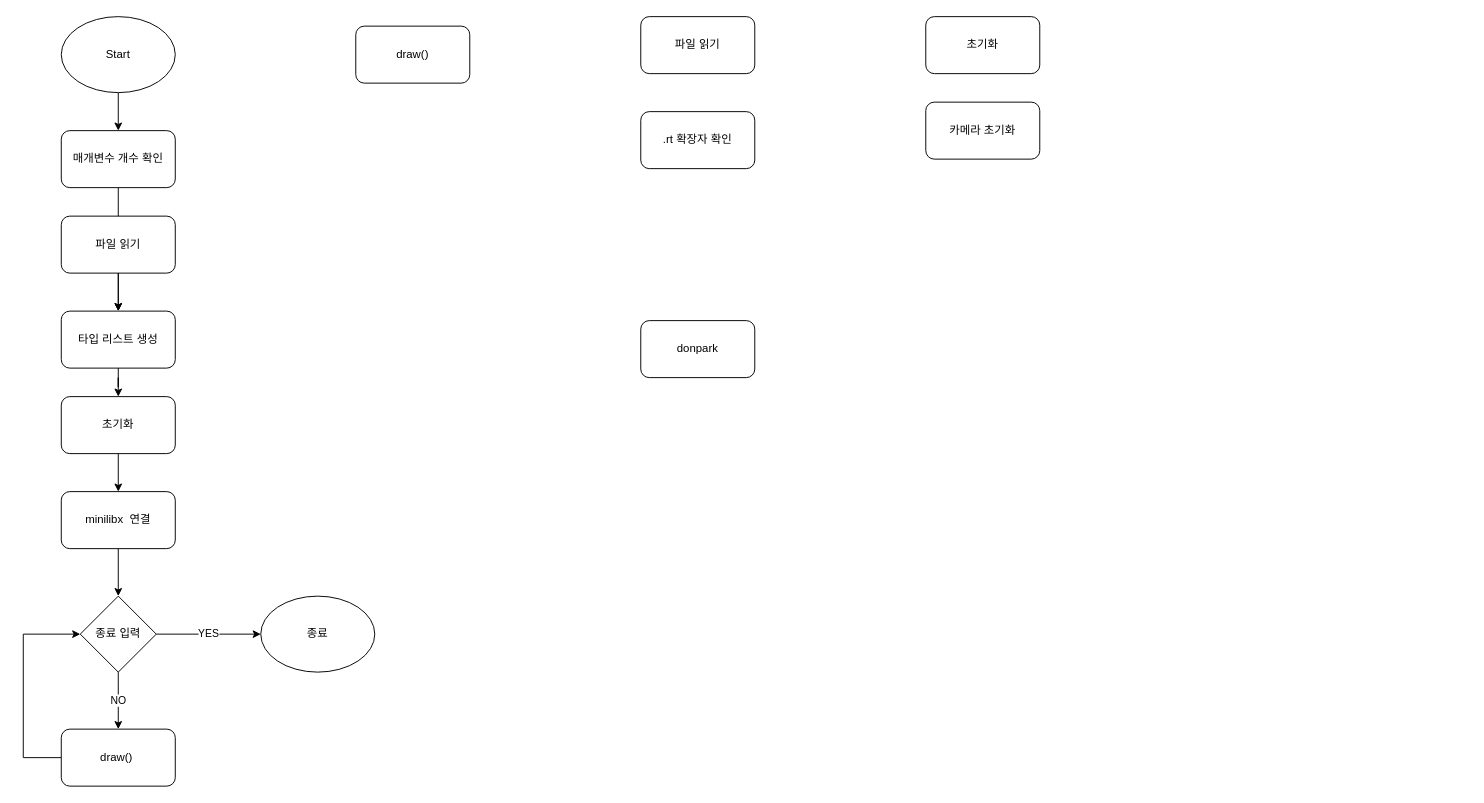
Earlier version of the draw.io diagram Untitled Diagram.drawio (pdh9311/miniRT). Source tidied: cells renumbered, new cells numbered last; positions are measured from the earlier drawing's top-left corner, leaving out a move shared by most shapes. Both pictures are drawn from the tidied source at 95%, with x=0, y=0 at pixel (23, 16).
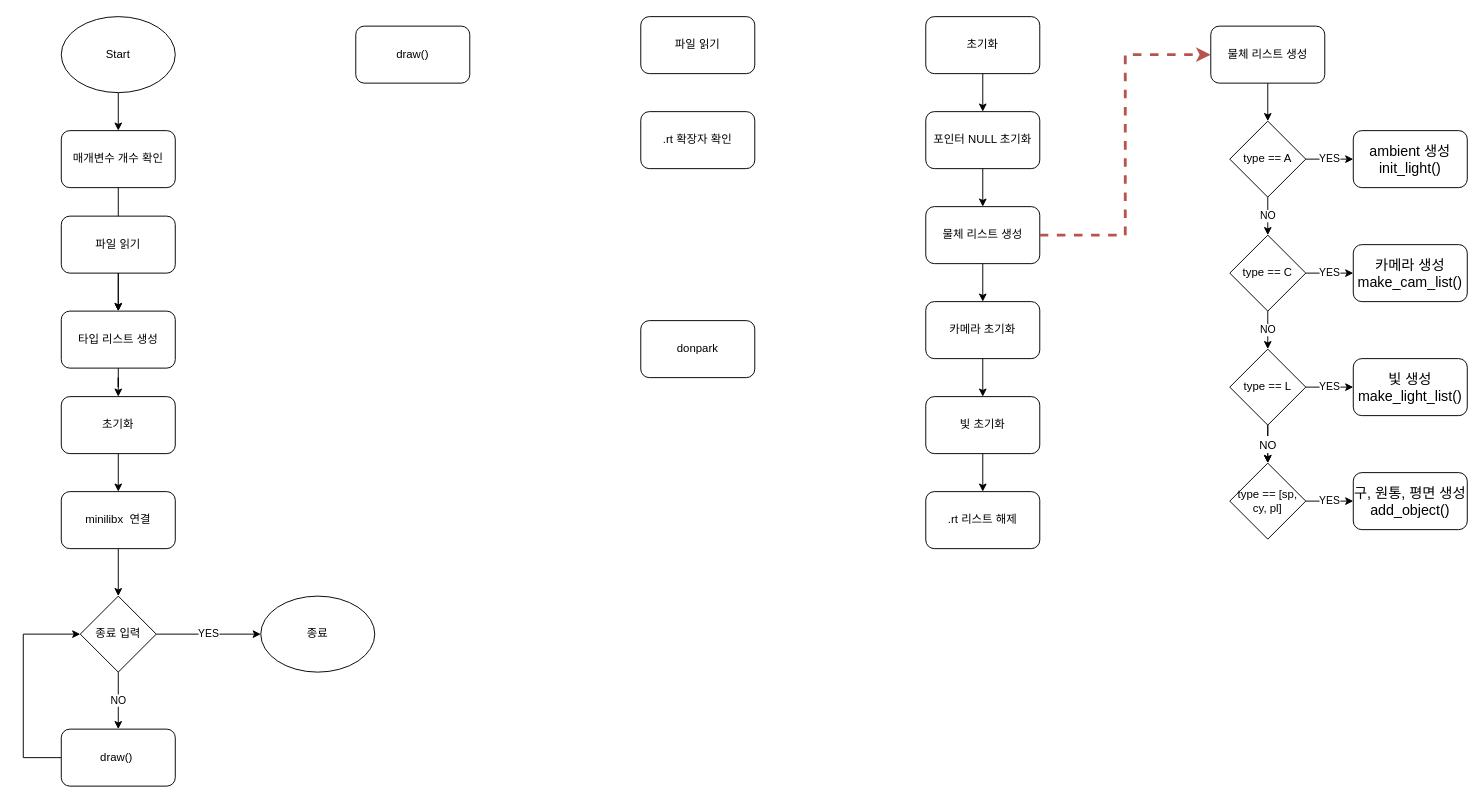
Above is the later version.

What changed in the source:
```diff
@@
-    <mxCell id="14" value="초기화" style="rounded=1;whiteSpace=wrap;html=1;" parent="1" vertex="1">
-      <mxGeometry x="950" width="120" height="60" as="geometry" />
-    </mxCell>
-    <mxCell id="15" value="카메라 초기화" style="rounded=1;whiteSpace=wrap;html=1;" parent="1" vertex="1">
-      <mxGeometry x="950" y="90" width="120" height="60" as="geometry" />
-    </mxCell>
@@
+    <mxCell id="26" style="group;" parent="1" vertex="1">
+      <mxGeometry x="950" width="570" height="560" as="geometry" />
+    </mxCell>
+    <mxCell id="27" style="group;" parent="26" vertex="1">
+      <mxGeometry x="300" y="10" width="270" height="540" as="geometry" />
+    </mxCell>
+    <mxCell id="28" value="물체 리스트 생성" style="rounded=1;whiteSpace=wrap;html=1;" parent="27" vertex="1">
+      <mxGeometry width="120" height="60" as="geometry" />
+    </mxCell>
+    <mxCell id="29" value="type == A" style="rhombus;whiteSpace=wrap;html=1;" parent="27" vertex="1">
+      <mxGeometry x="20" y="100" width="80" height="80" as="geometry" />
+    </mxCell>
+    <mxCell id="30" style="edgeStyle=orthogonalEdgeStyle;rounded=0;jettySize=auto;html=1;" parent="27" edge="1" source="28" target="29">
+      <mxGeometry relative="1" as="geometry" />
+    </mxCell>
+    <mxCell id="31" value="type == C" style="rhombus;whiteSpace=wrap;html=1;" parent="27" vertex="1">
+      <mxGeometry x="20" y="220" width="80" height="80" as="geometry" />
+    </mxCell>
+    <mxCell id="32" value="NO" style="edgeStyle=orthogonalEdgeStyle;rounded=0;jettySize=auto;html=1;" parent="27" edge="1" source="29" target="31">
+      <mxGeometry relative="1" as="geometry" />
+    </mxCell>
+    <mxCell id="33" value="type == L" style="rhombus;whiteSpace=wrap;html=1;" parent="27" vertex="1">
+      <mxGeometry x="20" y="340" width="80" height="80" as="geometry" />
+    </mxCell>
+    <mxCell id="34" value="NO" style="edgeStyle=orthogonalEdgeStyle;rounded=0;jettySize=auto;html=1;" parent="27" edge="1" source="31" target="33">
+      <mxGeometry relative="1" as="geometry" />
+    </mxCell>
+    <mxCell id="35" value="type == [sp, cy, pl]" style="rhombus;whiteSpace=wrap;html=1;" parent="27" vertex="1">
+      <mxGeometry x="20" y="460" width="80" height="80" as="geometry" />
+    </mxCell>
+    <mxCell id="36" style="edgeStyle=orthogonalEdgeStyle;rounded=0;jettySize=auto;html=1;" parent="27" edge="1" source="33" target="35">
+      <mxGeometry relative="1" as="geometry" />
+    </mxCell>
+    <mxCell id="37" value="&lt;font style=&quot;font-size: 12px&quot;&gt;NO&lt;/font&gt;" style="edgeStyle=orthogonalEdgeStyle;rounded=0;jettySize=auto;html=1;fontSize=15;" parent="27" edge="1" source="33" target="35">
+      <mxGeometry relative="1" as="geometry" />
+    </mxCell>
+    <mxCell id="38" value="&lt;font style=&quot;font-size: 15px&quot;&gt;ambient 생성&lt;br&gt;init_light()&lt;/font&gt;" style="rounded=1;whiteSpace=wrap;html=1;" parent="27" vertex="1">
+      <mxGeometry x="150" y="110" width="120" height="60" as="geometry" />
+    </mxCell>
+    <mxCell id="39" value="YES" style="edgeStyle=orthogonalEdgeStyle;rounded=0;jettySize=auto;html=1;" parent="27" edge="1" source="29" target="38">
+      <mxGeometry relative="1" as="geometry" />
+    </mxCell>
+    <mxCell id="40" value="&lt;font style=&quot;font-size: 15px&quot;&gt;카메라 생성&lt;br&gt;make_cam_list()&lt;br&gt;&lt;/font&gt;" style="rounded=1;whiteSpace=wrap;html=1;" parent="27" vertex="1">
+      <mxGeometry x="150" y="230" width="120" height="60" as="geometry" />
+    </mxCell>
+    <mxCell id="41" value="YES" style="edgeStyle=orthogonalEdgeStyle;rounded=0;jettySize=auto;html=1;" parent="27" edge="1" source="31" target="40">
+      <mxGeometry relative="1" as="geometry" />
+    </mxCell>
+    <mxCell id="42" value="&lt;font style=&quot;font-size: 15px&quot;&gt;빛 생성&lt;br&gt;make_light_list()&lt;br&gt;&lt;/font&gt;" style="rounded=1;whiteSpace=wrap;html=1;" parent="27" vertex="1">
+      <mxGeometry x="150" y="350" width="120" height="60" as="geometry" />
+    </mxCell>
+    <mxCell id="43" value="YES" style="edgeStyle=orthogonalEdgeStyle;rounded=0;jettySize=auto;html=1;" parent="27" edge="1" source="33" target="42">
+      <mxGeometry relative="1" as="geometry" />
+    </mxCell>
+    <mxCell id="44" value="&lt;font style=&quot;font-size: 15px&quot;&gt;구, 원통, 평면 생성&lt;br&gt;add_object()&lt;br&gt;&lt;/font&gt;" style="rounded=1;whiteSpace=wrap;html=1;" parent="27" vertex="1">
+      <mxGeometry x="150" y="470" width="120" height="60" as="geometry" />
+    </mxCell>
+    <mxCell id="45" value="YES" style="edgeStyle=orthogonalEdgeStyle;rounded=0;jettySize=auto;html=1;" parent="27" edge="1" source="35" target="44">
+      <mxGeometry relative="1" as="geometry" />
+    </mxCell>
+    <mxCell id="46" style="group;" parent="26" vertex="1">
+      <mxGeometry width="120" height="560" as="geometry" />
+    </mxCell>
+    <mxCell id="14" value="초기화" style="rounded=1;whiteSpace=wrap;html=1;" parent="46" vertex="1">
+      <mxGeometry width="120" height="60" as="geometry" />
+    </mxCell>
+    <mxCell id="15" value="카메라 초기화" style="rounded=1;whiteSpace=wrap;html=1;" parent="46" vertex="1">
+      <mxGeometry y="300" width="120" height="60" as="geometry" />
+    </mxCell>
+    <mxCell id="47" value="포인터 NULL 초기화" style="rounded=1;whiteSpace=wrap;html=1;" parent="46" vertex="1">
+      <mxGeometry y="100" width="120" height="60" as="geometry" />
+    </mxCell>
+    <mxCell id="48" style="edgeStyle=orthogonalEdgeStyle;rounded=0;jettySize=auto;html=1;fontSize=12;" parent="46" edge="1" source="14" target="47">
+      <mxGeometry relative="1" as="geometry" />
+    </mxCell>
+    <mxCell id="49" style="edgeStyle=orthogonalEdgeStyle;rounded=0;jettySize=auto;html=1;fontSize=12;strokeWidth=1;" parent="46" edge="1" source="50" target="15">
+      <mxGeometry relative="1" as="geometry" />
+    </mxCell>
+    <mxCell id="50" value="물체 리스트 생성" style="rounded=1;whiteSpace=wrap;html=1;" parent="46" vertex="1">
+      <mxGeometry y="200" width="120" height="60" as="geometry" />
+    </mxCell>
+    <mxCell id="51" style="edgeStyle=orthogonalEdgeStyle;rounded=0;jettySize=auto;html=1;fontSize=12;" parent="46" edge="1" source="47" target="50">
+      <mxGeometry relative="1" as="geometry" />
+    </mxCell>
+    <mxCell id="52" value="빛 초기화" style="rounded=1;whiteSpace=wrap;html=1;" parent="46" vertex="1">
+      <mxGeometry y="400" width="120" height="60" as="geometry" />
+    </mxCell>
+    <mxCell id="53" style="edgeStyle=orthogonalEdgeStyle;rounded=0;jettySize=auto;html=1;fontSize=12;strokeWidth=1;" parent="46" edge="1" source="15" target="52">
+      <mxGeometry relative="1" as="geometry" />
+    </mxCell>
+    <mxCell id="54" value=".rt 리스트 해제" style="rounded=1;whiteSpace=wrap;html=1;" parent="46" vertex="1">
+      <mxGeometry y="500" width="120" height="60" as="geometry" />
+    </mxCell>
+    <mxCell id="55" style="edgeStyle=orthogonalEdgeStyle;rounded=0;jettySize=auto;html=1;fontSize=12;strokeWidth=1;" parent="46" edge="1" source="52" target="54">
+      <mxGeometry relative="1" as="geometry" />
+    </mxCell>
+    <mxCell id="56" style="edgeStyle=orthogonalEdgeStyle;rounded=0;jettySize=auto;html=1;entryX=0;entryY=0.5;entryDx=0;entryDy=0;fontSize=12;strokeWidth=3;dashed=1;fillColor=#f8cecc;strokeColor=#b85450;" parent="26" edge="1" source="50" target="28">
+      <mxGeometry relative="1" as="geometry" />
+    </mxCell>
```
